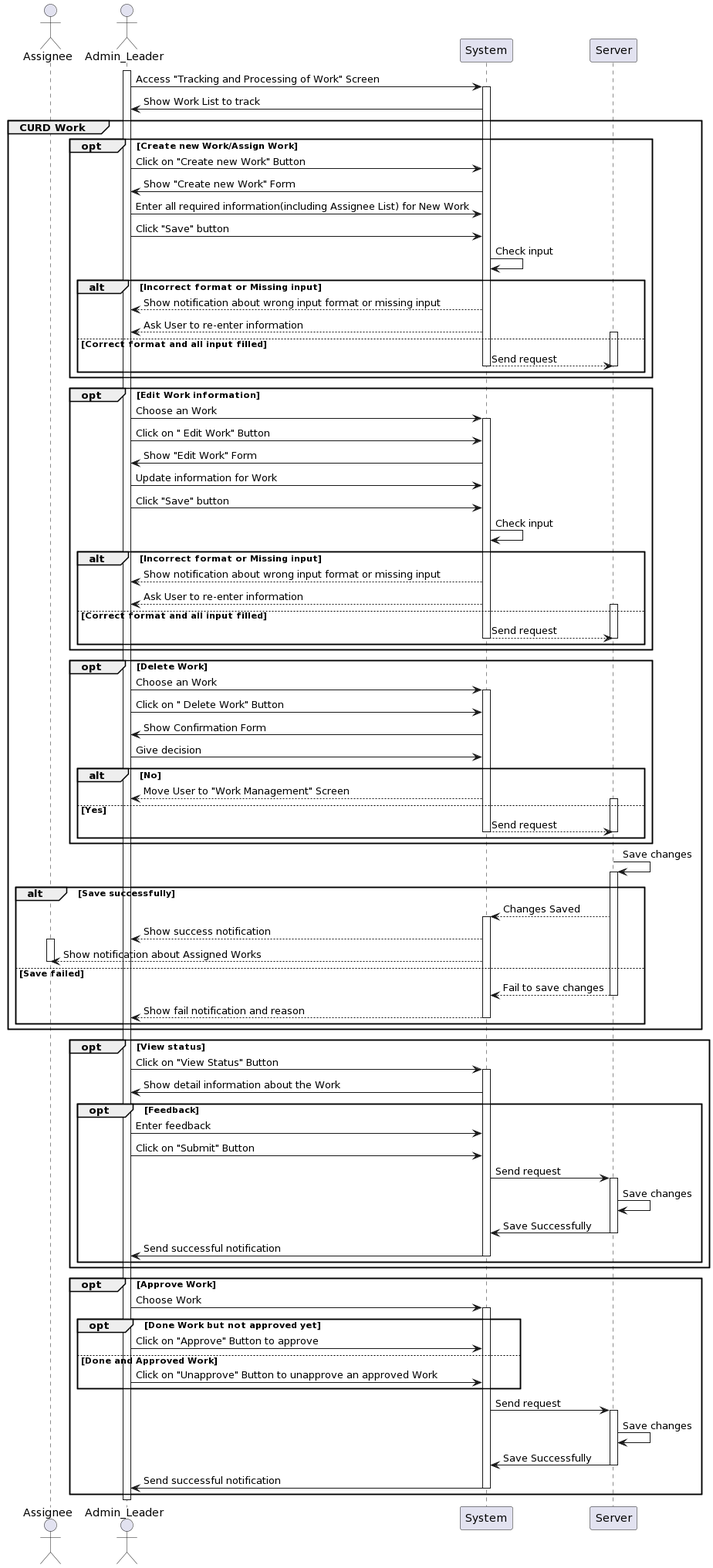
The PlantUML diagram Lab1/Lab1.2/SequenceDiagram/TrackingandProcessingofwork/TrackandAssignWorks/TrackandAssignWorks_SequenceDiagram.png in khoapham1003/SE357-Pratice-class, before a commit.
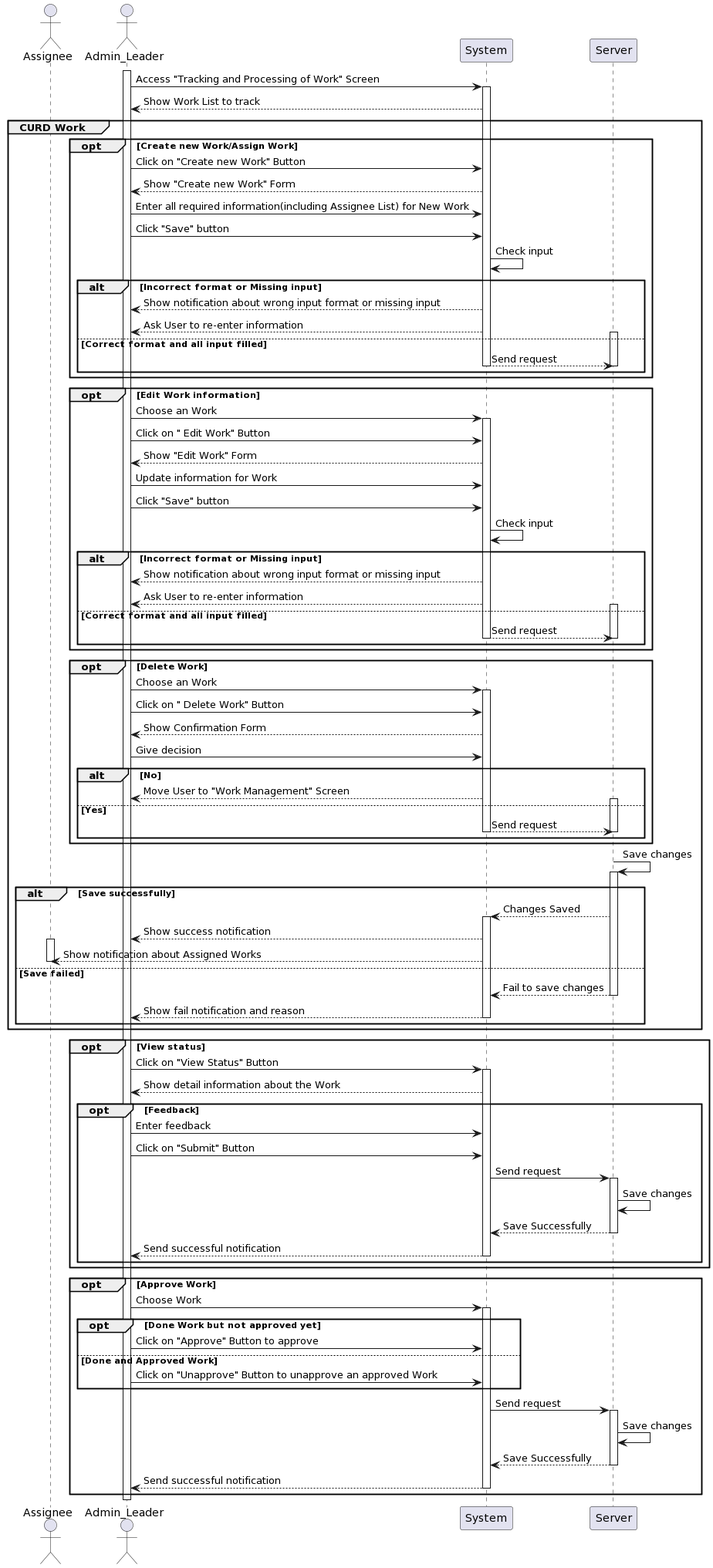
Above is the later version.

Change to the diagram source:
```diff
@@ -7,13 +7,13 @@
 activate User
 User -> System: Access "Tracking and Processing of Work" Screen
 activate System
-System -> User: Show Work List to track
+System --> User: Show Work List to track
 
 group CURD Work
 
 opt Create new Work/Assign Work
     User -> System: Click on "Create new Work" Button
-    System -> User: Show "Create new Work" Form
+    System --> User: Show "Create new Work" Form
     User -> System: Enter all required information(including Assignee List) for New Work
     User -> System: Click "Save" button
     System -> System: Check input
@@ -32,7 +32,7 @@
     User -> System: Choose an Work
 activate System
     User -> System: Click on " Edit Work" Button
-    System -> User: Show "Edit Work" Form
+    System --> User: Show "Edit Work" Form
     User -> System: Update information for Work
     User -> System: Click "Save" button
     System -> System: Check input
@@ -51,7 +51,7 @@
     User -> System: Choose an Work
 activate System
     User -> System: Click on " Delete Work" Button
-    System -> User: Show Confirmation Form
+    System --> User: Show Confirmation Form
     User -> System: Give decision
     alt No
         System--> User: Move User to "Work Management" Screen
@@ -82,16 +82,16 @@
 opt View status
     User -> System: Click on "View Status" Button
 activate System
-    System -> User: Show detail information about the Work
+    System --> User: Show detail information about the Work
     opt Feedback
         User -> System: Enter feedback
         User -> System: Click on "Submit" Button
         System -> Server: Send request
 activate Server
         Server -> Server: Save changes
-        Server -> System: Save Successfully
+        Server --> System: Save Successfully
 deactivate Server
-        System -> User: Send successful notification
+        System --> User: Send successful notification
 deactivate System
     end
 end
@@ -107,9 +107,9 @@
     System -> Server: Send request
 activate Server
     Server -> Server: Save changes
-    Server -> System: Save Successfully
+    Server --> System: Save Successfully
 deactivate Server
-    System -> User: Send successful notification
+    System --> User: Send successful notification
 deactivate System
 end
 
```
